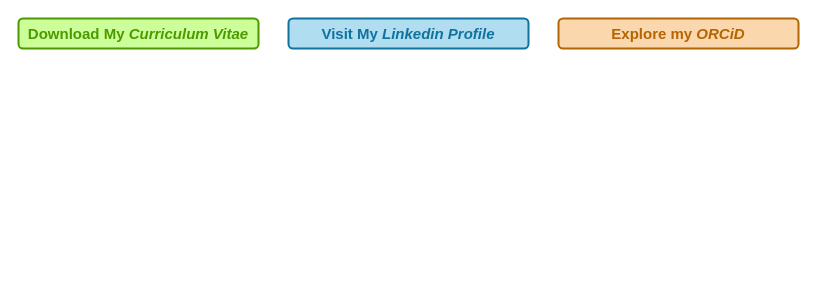
Earlier version of the draw.io diagram buttons.drawio (alberto-rota/alberto-rota). Source tidied: cells renumbered, new cells numbered last; positions are measured from the earlier drawing's top-left corner, leaving out a move shared by most shapes. Both pictures are drawn from the tidied source at 100%, with x=0, y=0 at pixel (18, 18). Pictures stored in the file or linked from it are replaced by grey dashed boxes.
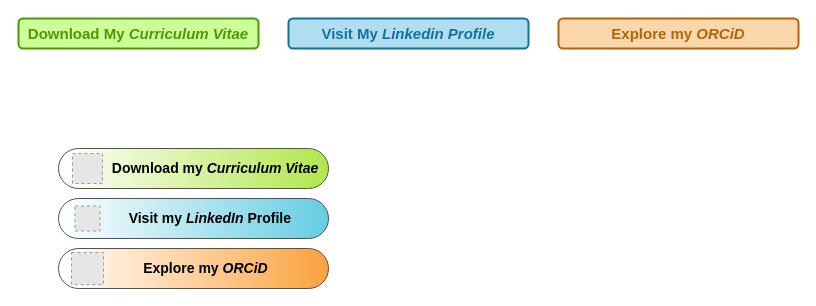
The same diagram, later.

The edit, as a diff of the source:
```diff
@@
 <mxGraphModel>
   <root>
     <mxCell id="0" />
     <mxCell id="1" parent="0" />
     <mxCell id="2" value="&lt;font&gt;&lt;span style=&quot;font-size: 15px&quot;&gt;Visit My &lt;i&gt;Linkedin Profile&lt;/i&gt;&lt;/span&gt;&lt;/font&gt;" style="rounded=1;whiteSpace=wrap;html=1;fillColor=#b1ddf0;strokeWidth=2;strokeColor=#10739E;fontFamily=Helvetica;fontStyle=1;fontColor=#10739E;" parent="1" vertex="1">
       <mxGeometry x="270" width="240" height="30" as="geometry" />
     </mxCell>
     <mxCell id="3" value="&lt;font style=&quot;font-size: 15px&quot;&gt;Download My &lt;i&gt;Curriculum Vitae&lt;/i&gt;&lt;/font&gt;" style="rounded=1;whiteSpace=wrap;html=1;fillColor=#CCFF99;strokeWidth=2;strokeColor=#4D9900;fontFamily=Helvetica;fontStyle=1;fontColor=#4D9900;" parent="1" vertex="1">
       <mxGeometry width="240" height="30" as="geometry" />
     </mxCell>
     <mxCell id="4" value="&lt;font color=&quot;#b46504&quot;&gt;&lt;span style=&quot;font-size: 15px&quot;&gt;Explore my &lt;i&gt;ORCiD&lt;/i&gt;&lt;/span&gt;&lt;/font&gt;" style="rounded=1;whiteSpace=wrap;html=1;fillColor=#fad7ac;strokeWidth=2;strokeColor=#B46504;fontFamily=Helvetica;fontStyle=1;" parent="1" vertex="1">
       <mxGeometry x="540" width="240" height="30" as="geometry" />
     </mxCell>
+    <mxCell id="5" value="Download my &lt;i&gt;Curriculum Vitae&amp;nbsp;&amp;nbsp;&lt;/i&gt;" style="rounded=1;whiteSpace=wrap;html=1;arcSize=50;gradientColor=#ffffff;gradientDirection=west;fillColor=#B2E64C;fontSize=14;align=right;fontStyle=1;strokeColor=#525252;" parent="1" vertex="1">
+      <mxGeometry x="40" y="130" width="270" height="40" as="geometry" />
+    </mxCell>
+    <mxCell id="6" value="&lt;b style=&quot;font-size: 14px&quot;&gt;Visit my &lt;i&gt;LinkedIn &lt;/i&gt;Profile&amp;nbsp; &amp;nbsp; &amp;nbsp; &amp;nbsp; &amp;nbsp;&lt;/b&gt;" style="rounded=1;whiteSpace=wrap;html=1;arcSize=50;gradientColor=#ffffff;gradientDirection=west;fillColor=#66CCE1;align=right;strokeColor=#525252;" parent="1" vertex="1">
+      <mxGeometry x="40" y="180" width="270" height="40" as="geometry" />
+    </mxCell>
+    <mxCell id="7" value="Explore my &lt;i&gt;ORCiD&amp;nbsp; &amp;nbsp; &amp;nbsp; &amp;nbsp; &amp;nbsp; &amp;nbsp; &amp;nbsp; &amp;nbsp;&lt;/i&gt;" style="rounded=1;whiteSpace=wrap;html=1;arcSize=50;gradientColor=#ffffff;gradientDirection=west;fillColor=#FAA23D;fontStyle=1;fontSize=14;align=right;strokeColor=#525252;" parent="1" vertex="1">
+      <mxGeometry x="40" y="230" width="270" height="40" as="geometry" />
+    </mxCell>
+    <mxCell id="8" style="fillColor=#E6E6E6;strokeColor=#999999;dashed=1;verticalLabelPosition=bottom;labelBackgroundColor=#ffffff;verticalAlign=top;" parent="1" vertex="1">
+      <mxGeometry x="56.5" y="187.5" width="25" height="25" as="geometry" />
+    </mxCell>
+    <mxCell id="9" style="fillColor=#E6E6E6;strokeColor=#999999;dashed=1;verticalLabelPosition=bottom;labelBackgroundColor=#ffffff;verticalAlign=top;" parent="1" vertex="1">
+      <mxGeometry x="53" y="234" width="32" height="32" as="geometry" />
+    </mxCell>
+    <mxCell id="10" style="fillColor=#E6E6E6;strokeColor=#999999;dashed=1;verticalLabelPosition=bottom;labelBackgroundColor=#ffffff;verticalAlign=top;fontColor=#525252;" parent="1" vertex="1">
+      <mxGeometry x="54" y="135" width="30" height="30" as="geometry" />
+    </mxCell>
   </root>
 </mxGraphModel>
```
